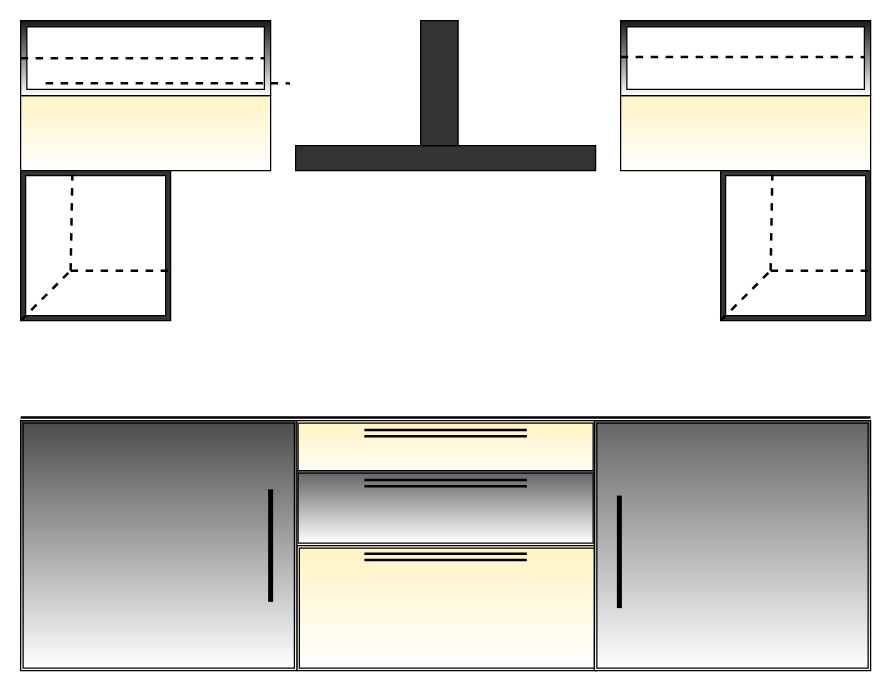
Earlier version of the draw.io diagram Kitchen1.drawio (ritam-mukherjee-it/sonestaa-interor-design). Source tidied: cells renumbered, new cells numbered last; positions are measured from the earlier drawing's top-left corner, leaving out a move shared by most shapes. Both pictures are drawn from the tidied source at 125%, with x=0, y=0 at pixel (20, 20).
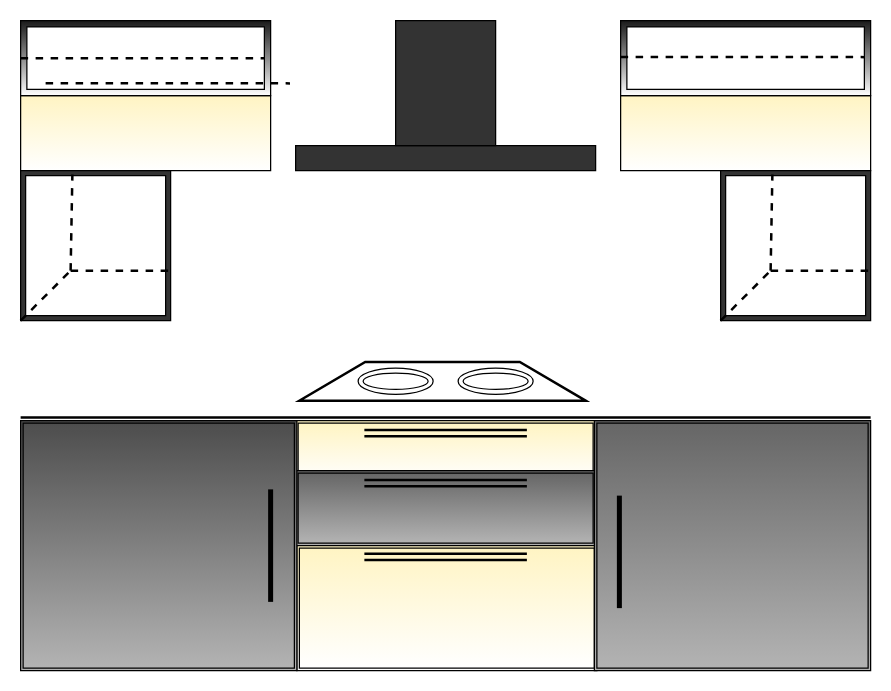
The same page after the edit.

What changed in the source:
```diff
@@
     <mxCell id="7" style="rounded=0;whiteSpace=wrap;html=1;fillColor=#333333;gradientColor=none;" parent="1" vertex="1">
-      <mxGeometry x="320" width="30" height="100" as="geometry" />
+      <mxGeometry x="300" width="80" height="100" as="geometry" />
     </mxCell>
@@
-    <mxCell id="15" style="shape=ext;double=1;rounded=0;whiteSpace=wrap;html=1;fillColor=#666666;gradientColor=#ffffff;" parent="1" vertex="1">
+    <mxCell id="15" style="shape=ext;double=1;rounded=0;whiteSpace=wrap;html=1;fillColor=#666666;gradientColor=#B3B3B3;" parent="1" vertex="1">
       <mxGeometry x="220" y="360" width="240" height="60" as="geometry" />
     </mxCell>
@@
-    <mxCell id="17" style="shape=ext;double=1;rounded=0;whiteSpace=wrap;html=1;fillColor=#666666;gradientColor=#ffffff;" parent="1" vertex="1">
+    <mxCell id="17" style="shape=ext;double=1;rounded=0;whiteSpace=wrap;html=1;fillColor=#666666;gradientColor=#B3B3B3;" parent="1" vertex="1">
       <mxGeometry x="459" y="320" width="221" height="200" as="geometry" />
     </mxCell>
-    <mxCell id="18" style="shape=ext;double=1;rounded=0;whiteSpace=wrap;html=1;fillColor=#4D4D4D;gradientColor=#ffffff;" parent="1" vertex="1">
+    <mxCell id="18" style="shape=ext;double=1;rounded=0;whiteSpace=wrap;html=1;fillColor=#4D4D4D;gradientColor=#B3B3B3;" parent="1" vertex="1">
       <mxGeometry y="320" width="221" height="200" as="geometry" />
     </mxCell>
@@
+    <mxCell id="31" style="verticalLabelPosition=bottom;verticalAlign=top;html=1;strokeWidth=2;shape=trapezoid;perimeter=trapezoidPerimeter;whiteSpace=wrap;size=0.23;arcSize=10;flipV=1;fillColor=#FFFFFF;gradientColor=none;rotation=-180;" parent="1" vertex="1">
+      <mxGeometry x="223" y="273" width="229" height="31" as="geometry" />
+    </mxCell>
+    <mxCell id="32" style="ellipse;shape=doubleEllipse;whiteSpace=wrap;html=1;fillColor=#FFFFFF;gradientColor=none;" parent="1" vertex="1">
+      <mxGeometry x="270" y="278" width="60" height="21" as="geometry" />
+    </mxCell>
+    <mxCell id="33" style="ellipse;shape=doubleEllipse;whiteSpace=wrap;html=1;fillColor=#FFFFFF;gradientColor=none;" parent="1" vertex="1">
+      <mxGeometry x="350" y="278" width="60" height="21" as="geometry" />
+    </mxCell>
```
